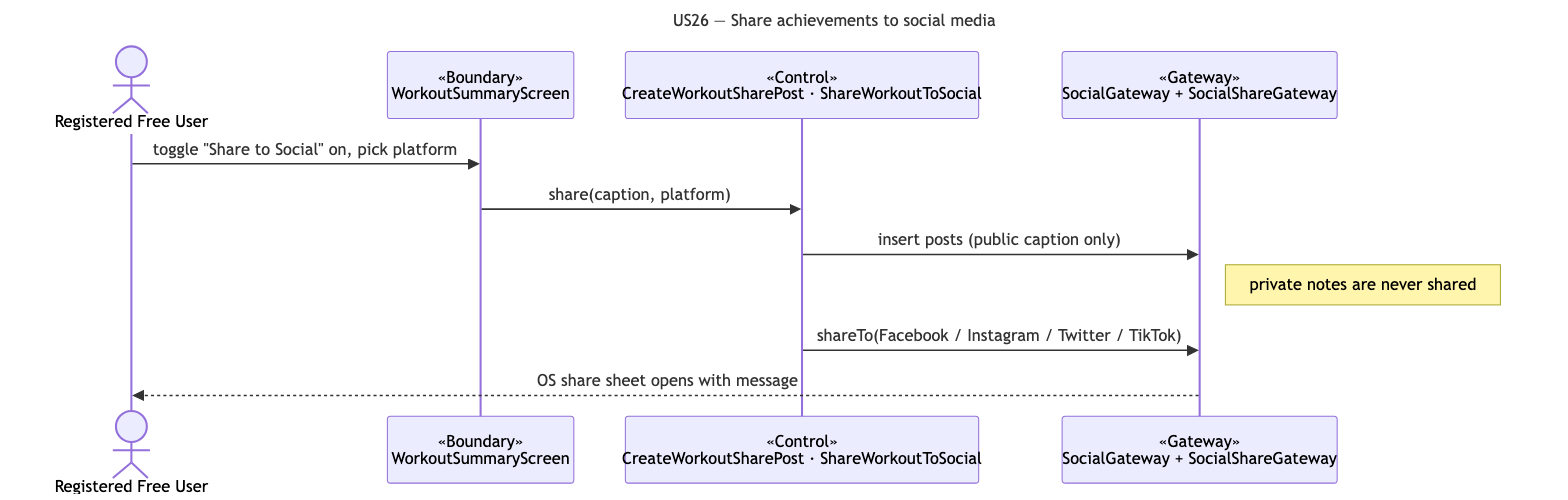
cyuanjun/FYP-26-S2-37-app keeps this Mermaid diagram as docs/deliverables/sequence-diagrams/US26-share-achievements.png. Above is the earlier version. Its source is kept beside it as docs/deliverables/sequence-diagrams/src/US26-share-achievements.mmd. The source it was exported from:
```mermaid
---
title: "US26 — Share achievements to social media"
---
sequenceDiagram
  actor A as Registered Free User
  participant B as «Boundary»<br/>WorkoutSummaryScreen
  participant C as «Control»<br/>CreateWorkoutSharePost · ShareWorkoutToSocial
  participant G as «Gateway»<br/>SocialGateway + SocialShareGateway
  A->>B: toggle "Share to Social" on, pick platform
  B->>C: share(caption, platform)
  C->>G: insert posts (public caption only)
  note right of G: private notes are never shared
  C->>G: shareTo(Facebook / Instagram / Twitter / TikTok)
  G-->>A: OS share sheet opens with message
```
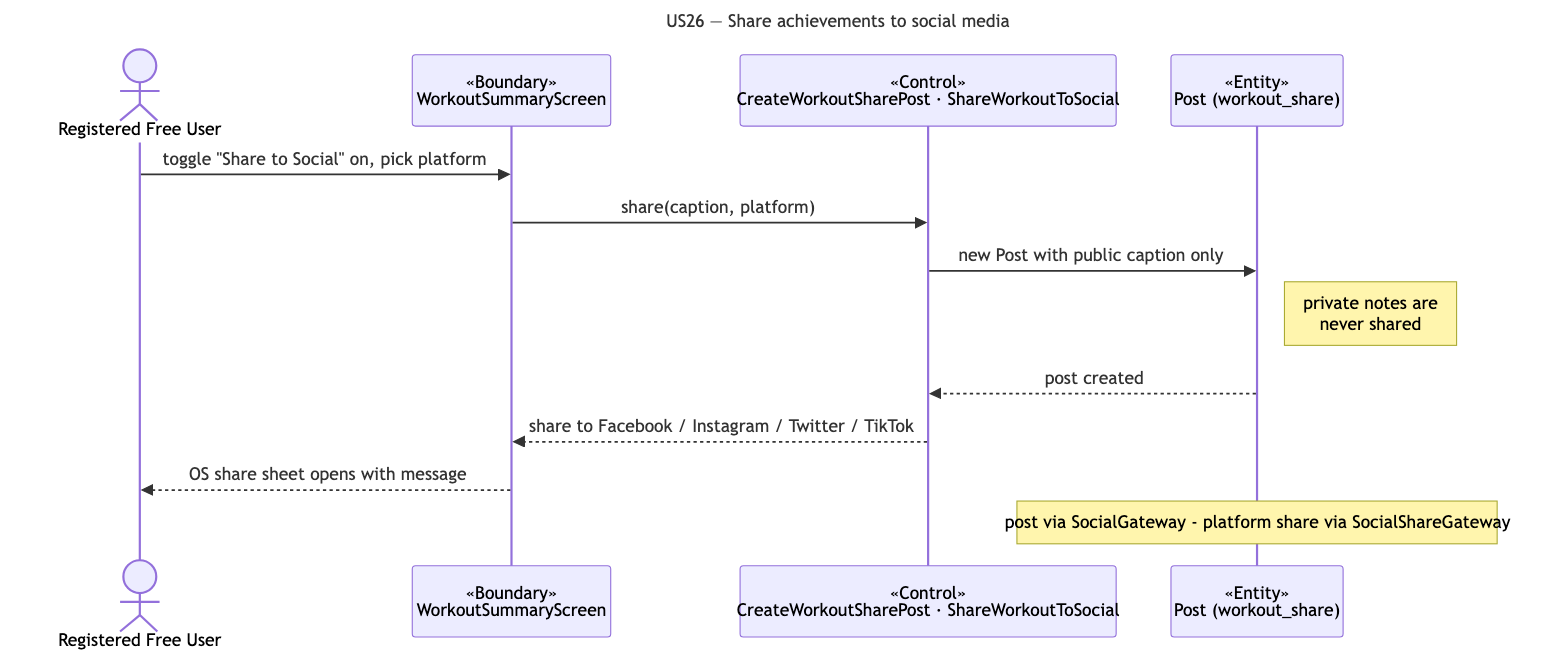
After the commit.

What changed in the source:
```diff
@@ -5,10 +5,12 @@
   actor A as Registered Free User
   participant B as «Boundary»<br/>WorkoutSummaryScreen
   participant C as «Control»<br/>CreateWorkoutSharePost · ShareWorkoutToSocial
-  participant G as «Gateway»<br/>SocialGateway + SocialShareGateway
+  participant E as «Entity»<br/>Post (workout_share)
   A->>B: toggle "Share to Social" on, pick platform
   B->>C: share(caption, platform)
-  C->>G: insert posts (public caption only)
-  note right of G: private notes are never shared
-  C->>G: shareTo(Facebook / Instagram / Twitter / TikTok)
-  G-->>A: OS share sheet opens with message
+  C->>E: new Post with public caption only
+  note right of E: private notes are<br/>never shared
+  E-->>C: post created
+  C-->>B: share to Facebook / Instagram / Twitter / TikTok
+  B-->>A: OS share sheet opens with message
+  note over E: post via SocialGateway - platform share via SocialShareGateway
```
